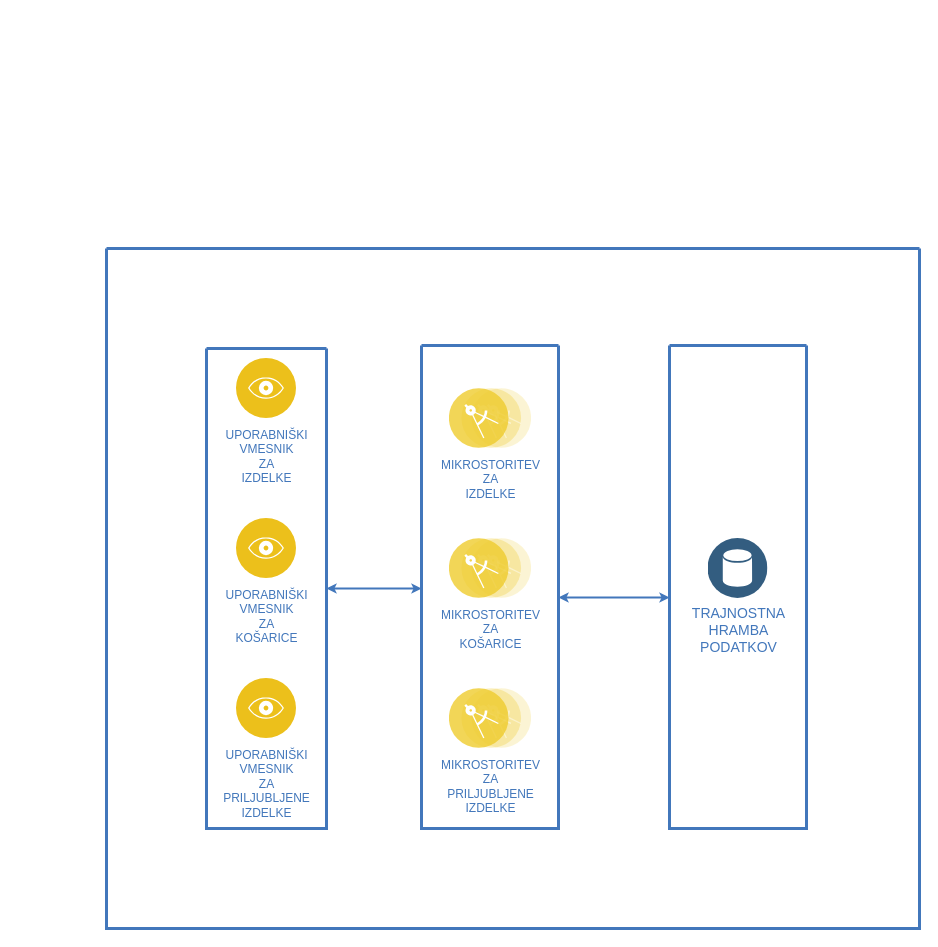
Above: diagrami/Shema Arhitekture - RSO.drawio in rso-2022-2023-skupina-9/pregled-projekta (draw.io), before the change. Source tidied: cells renumbered, new cells numbered last; positions are measured from the earlier drawing's top-left corner, leaving out a move shared by most shapes. Both pictures are drawn from the tidied source at 100%, with x=0, y=0 at pixel (106, 248).
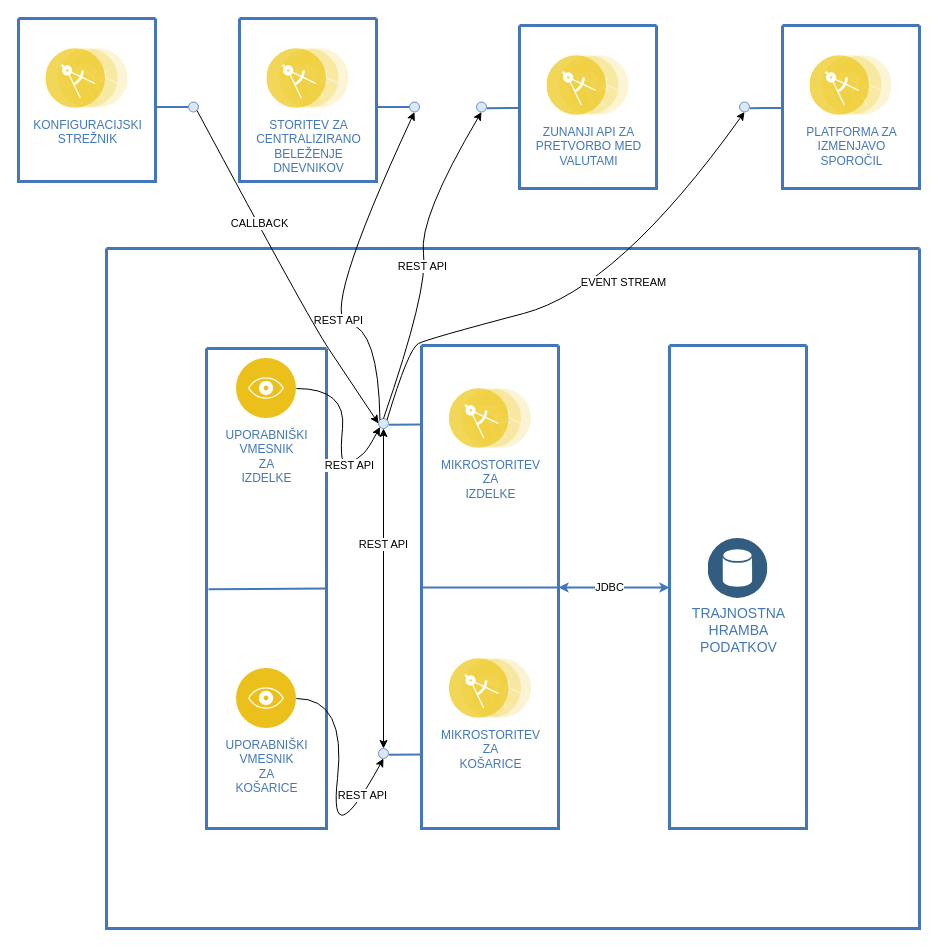
After the change.

The change refers to these unchanged cells:
```xml
<mxCell id="2" style="swimlane;shadow=0;strokeColor=#4277BB;fillColor=#ffffff;fontColor=#4277BB;align=right;startSize=0;strokeWidth=3;" parent="1" vertex="1">
  <mxGeometry width="813" height="680" as="geometry" />
</mxCell>
<mxCell id="5" style="swimlane;shadow=0;strokeColor=#4277BB;fillColor=#ffffff;fontColor=#4277BB;align=right;startSize=0;strokeWidth=3;" parent="2" vertex="1">
  <mxGeometry x="100" y="100" width="120" height="480" as="geometry" />
</mxCell>
<mxCell id="9" style="swimlane;shadow=0;strokeColor=#4277BB;fillColor=#ffffff;fontColor=#4277BB;align=right;startSize=0;strokeWidth=3;" parent="2" vertex="1">
  <mxGeometry x="315" y="97" width="137" height="483" as="geometry" />
</mxCell>
<mxCell id="13" style="swimlane;shadow=0;strokeColor=#4277BB;fillColor=#ffffff;fontColor=#4277BB;align=right;startSize=0;strokeWidth=3;" parent="2" vertex="1">
  <mxGeometry x="563" y="97" width="137" height="483" as="geometry" />
</mxCell>
```

Change to the diagram source:
```diff
@@
-    <mxCell id="3" style="edgeStyle=elbowEdgeStyle;rounded=0;elbow=vertical;html=1;labelBackgroundColor=#ffffff;startArrow=classic;startFill=1;startSize=4;endArrow=classic;endFill=1;endSize=4;jettySize=auto;strokeColor=#4277BB;strokeWidth=2;fontSize=14;fontColor=#4277BB;" parent="2" edge="1" source="5" target="9">
-      <mxGeometry relative="1" as="geometry" />
-    </mxCell>
-    <mxCell id="4" style="edgeStyle=elbowEdgeStyle;rounded=0;elbow=vertical;html=1;entryX=0;entryY=0.522;entryPerimeter=0;labelBackgroundColor=#ffffff;startArrow=classic;startFill=1;startSize=4;endArrow=classic;endFill=1;endSize=4;jettySize=auto;strokeColor=#4277BB;strokeWidth=2;fontSize=14;fontColor=#4277BB;" parent="2" edge="1" source="9" target="13">
-      <mxGeometry relative="1" as="geometry" />
-    </mxCell>
@@
     <mxCell id="7" value="UPORABNIŠKI&lt;br&gt;VMESNIK&lt;br&gt;ZA&lt;br&gt;KOŠARICE" style="perimeter=ellipsePerimeter;html=1;align=center;shadow=0;dashed=0;fontColor=#4277BB;labelBackgroundColor=#ffffff;fontSize=12;spacingTop=3;image;image=img/lib/ibm/applications/visualization.svg;" parent="5" vertex="1">
-      <mxGeometry x="30" y="170" width="60" height="60" as="geometry" />
+      <mxGeometry x="30" y="320" width="60" height="60" as="geometry" />
     </mxCell>
-    <mxCell id="8" value="UPORABNIŠKI&lt;br&gt;VMESNIK&lt;br&gt;ZA&lt;br&gt;PRILJUBLJENE&lt;br&gt;IZDELKE" style="perimeter=ellipsePerimeter;html=1;align=center;shadow=0;dashed=0;fontColor=#4277BB;labelBackgroundColor=#ffffff;fontSize=12;spacingTop=3;image;image=img/lib/ibm/applications/visualization.svg;" parent="5" vertex="1">
-      <mxGeometry x="30" y="330" width="60" height="60" as="geometry" />
-    </mxCell>
+    <mxCell id="15" style="edgeStyle=elbowEdgeStyle;rounded=0;elbow=vertical;html=1;labelBackgroundColor=#ffffff;startArrow=none;startFill=0;startSize=4;endArrow=none;endFill=0;endSize=4;jettySize=auto;strokeColor=#4277BB;strokeWidth=2;fontSize=14;fontColor=#4277BB;entryX=1;entryY=0.5;entryDx=0;entryDy=0;" parent="5" edge="1" target="5">
+      <mxGeometry relative="1" as="geometry">
+        <mxPoint x="2" y="240.8" as="sourcePoint" />
+      </mxGeometry>
+    </mxCell>
+    <mxCell id="16" style="curved=1;endArrow=classic;html=1;rounded=0;entryX=0;entryY=1;entryDx=0;entryDy=0;" parent="5" edge="1" target="25">
+      <mxGeometry relative="1" as="geometry">
+        <mxPoint x="90" y="40" as="sourcePoint" />
+        <Array as="points">
+          <mxPoint x="140" y="40" />
+          <mxPoint x="132" y="120" />
+          <mxPoint x="152" y="110" />
+          <mxPoint x="162" y="100" />
+        </Array>
+      </mxGeometry>
+    </mxCell>
+    <mxCell id="17" value="REST API" style="edgeLabel;html=1;align=center;verticalAlign=middle;" parent="16" vertex="1">
+      <mxGeometry x="0.19" relative="1" as="geometry">
+        <mxPoint x="9" y="13" as="offset" />
+      </mxGeometry>
+    </mxCell>
+    <mxCell id="18" style="curved=1;endArrow=classic;html=1;rounded=0;entryX=0.5;entryY=1;entryDx=0;entryDy=0;" parent="5" edge="1" target="23">
+      <mxGeometry relative="1" as="geometry">
+        <mxPoint x="90" y="350" as="sourcePoint" />
+        <Array as="points">
+          <mxPoint x="140" y="350" />
+          <mxPoint x="122" y="510" />
+        </Array>
+      </mxGeometry>
+    </mxCell>
+    <mxCell id="19" value="REST API" style="edgeLabel;html=1;align=center;verticalAlign=middle;" parent="18" vertex="1">
+      <mxGeometry x="0.74" y="1" relative="1" as="geometry" />
+    </mxCell>
@@
     <mxCell id="11" value="MIKROSTORITEV&lt;br&gt;ZA&lt;br&gt;KOŠARICE" style="perimeter=ellipsePerimeter;html=1;align=center;shadow=0;dashed=0;fontColor=#4277BB;labelBackgroundColor=#ffffff;fontSize=12;spacingTop=3;image;image=img/lib/ibm/applications/microservice.svg;" parent="9" vertex="1">
-      <mxGeometry x="27.9" y="193" width="82.2" height="60" as="geometry" />
+      <mxGeometry x="27.9" y="313" width="82.2" height="60" as="geometry" />
     </mxCell>
-    <mxCell id="12" value="MIKROSTORITEV&lt;br&gt;ZA&lt;br&gt;PRILJUBLJENE&lt;br&gt;IZDELKE" style="perimeter=ellipsePerimeter;html=1;align=center;shadow=0;dashed=0;fontColor=#4277BB;labelBackgroundColor=#ffffff;fontSize=12;spacingTop=3;image;image=img/lib/ibm/applications/microservice.svg;" parent="9" vertex="1">
-      <mxGeometry x="27.9" y="343" width="82.2" height="60" as="geometry" />
-    </mxCell>
+    <mxCell id="20" style="edgeStyle=elbowEdgeStyle;rounded=0;elbow=vertical;html=1;labelBackgroundColor=#ffffff;startArrow=none;startFill=0;startSize=4;endArrow=none;endFill=0;endSize=4;jettySize=auto;strokeColor=#4277BB;strokeWidth=2;fontSize=14;fontColor=#4277BB;entryX=1;entryY=0.5;entryDx=0;entryDy=0;" parent="9" edge="1" target="9">
+      <mxGeometry relative="1" as="geometry">
+        <mxPoint y="243" as="sourcePoint" />
+      </mxGeometry>
+    </mxCell>
@@
+    <mxCell id="4" style="edgeStyle=elbowEdgeStyle;rounded=0;elbow=vertical;html=1;entryX=0;entryY=0.5;labelBackgroundColor=#ffffff;startArrow=classic;startFill=1;startSize=4;endArrow=classic;endFill=1;endSize=4;jettySize=auto;strokeColor=#4277BB;strokeWidth=2;fontSize=14;fontColor=#4277BB;entryDx=0;entryDy=0;" parent="2" edge="1" source="9" target="13">
+      <mxGeometry x="-0.1" y="49" relative="1" as="geometry" />
+    </mxCell>
+    <mxCell id="21" value="JDBC" style="edgeLabel;html=1;align=center;verticalAlign=middle;" parent="4" vertex="1">
+      <mxGeometry x="-0.1" y="1" relative="1" as="geometry" />
+    </mxCell>
+    <mxCell id="22" style="edgeStyle=elbowEdgeStyle;rounded=0;elbow=vertical;html=1;labelBackgroundColor=#ffffff;startArrow=none;startFill=0;startSize=4;endArrow=none;endFill=0;endSize=4;jettySize=auto;strokeColor=#4277BB;strokeWidth=2;fontSize=14;fontColor=#4277BB;exitX=1.049;exitY=0.617;exitDx=0;exitDy=0;exitPerimeter=0;" parent="2" edge="1" source="23">
+      <mxGeometry relative="1" as="geometry">
+        <mxPoint x="315" y="506" as="targetPoint" />
+        <Array as="points">
+          <mxPoint x="302" y="506" />
+        </Array>
+      </mxGeometry>
+    </mxCell>
+    <mxCell id="23" style="ellipse;whiteSpace=wrap;html=1;fillColor=#dae8fc;strokeColor=#6c8ebf;" parent="2" vertex="1">
+      <mxGeometry x="272" y="500" width="10" height="10" as="geometry" />
+    </mxCell>
+    <mxCell id="24" style="edgeStyle=elbowEdgeStyle;rounded=0;elbow=vertical;html=1;labelBackgroundColor=#ffffff;startArrow=none;startFill=0;startSize=4;endArrow=none;endFill=0;endSize=4;jettySize=auto;strokeColor=#4277BB;strokeWidth=2;fontSize=14;fontColor=#4277BB;exitX=1.049;exitY=0.617;exitDx=0;exitDy=0;exitPerimeter=0;" parent="2" edge="1" source="25">
+      <mxGeometry x="-0.41" y="356" relative="1" as="geometry">
+        <mxPoint x="315" y="176" as="targetPoint" />
+        <Array as="points">
+          <mxPoint x="302" y="176" />
+        </Array>
+      </mxGeometry>
+    </mxCell>
+    <mxCell id="25" style="ellipse;whiteSpace=wrap;html=1;fillColor=#dae8fc;strokeColor=#6c8ebf;" parent="2" vertex="1">
+      <mxGeometry x="272" y="170" width="10" height="10" as="geometry" />
+    </mxCell>
+    <mxCell id="26" style="endArrow=classic;startArrow=classic;html=1;rounded=0;exitX=0.5;exitY=0;exitDx=0;exitDy=0;" parent="2" edge="1" source="23">
+      <mxGeometry relative="1" as="geometry">
+        <mxPoint x="277" y="180" as="targetPoint" />
+      </mxGeometry>
+    </mxCell>
+    <mxCell id="27" value="REST API" style="edgeLabel;html=1;align=center;verticalAlign=middle;" parent="26" vertex="1">
+      <mxGeometry x="0.28" y="1" relative="1" as="geometry" />
+    </mxCell>
+    <mxCell id="28" style="swimlane;shadow=0;strokeColor=#4277BB;fillColor=#ffffff;fontColor=#4277BB;align=right;startSize=0;strokeWidth=3;" parent="1" vertex="1">
+      <mxGeometry x="413" y="-223" width="137" height="163" as="geometry" />
+    </mxCell>
+    <mxCell id="29" value="ZUNANJI API ZA&lt;br&gt;PRETVORBO MED&lt;br&gt;VALUTAMI" style="perimeter=ellipsePerimeter;html=1;align=center;shadow=0;dashed=0;fontColor=#4277BB;labelBackgroundColor=#ffffff;fontSize=12;spacingTop=3;image;image=img/lib/ibm/applications/microservice.svg;" parent="28" vertex="1">
+      <mxGeometry x="27.4" y="30" width="82.2" height="60" as="geometry" />
+    </mxCell>
+    <mxCell id="30" style="edgeStyle=elbowEdgeStyle;rounded=0;elbow=vertical;html=1;labelBackgroundColor=#ffffff;startArrow=none;startFill=0;startSize=4;endArrow=none;endFill=0;endSize=4;jettySize=auto;strokeColor=#4277BB;strokeWidth=2;fontSize=14;fontColor=#4277BB;exitX=1.049;exitY=0.617;exitDx=0;exitDy=0;exitPerimeter=0;" parent="1" edge="1" source="31">
+      <mxGeometry x="-0.41" y="356" relative="1" as="geometry">
+        <mxPoint x="413" y="-140.5" as="targetPoint" />
+        <Array as="points">
+          <mxPoint x="400" y="-140.5" />
+        </Array>
+      </mxGeometry>
+    </mxCell>
+    <mxCell id="31" style="ellipse;whiteSpace=wrap;html=1;fillColor=#dae8fc;strokeColor=#6c8ebf;" parent="1" vertex="1">
+      <mxGeometry x="370" y="-146.5" width="10" height="10" as="geometry" />
+    </mxCell>
+    <mxCell id="32" style="curved=1;endArrow=classic;html=1;rounded=0;exitX=0.5;exitY=0;exitDx=0;exitDy=0;entryX=0.5;entryY=1;entryDx=0;entryDy=0;" parent="1" edge="1" source="25" target="31">
+      <mxGeometry relative="1" as="geometry">
+        <Array as="points">
+          <mxPoint x="322" y="40" />
+          <mxPoint x="312" y="-30" />
+        </Array>
+      </mxGeometry>
+    </mxCell>
+    <mxCell id="33" value="REST API" style="edgeLabel;html=1;align=center;verticalAlign=middle;" parent="32" vertex="1">
+      <mxGeometry x="-0.03" y="3" relative="1" as="geometry" />
+    </mxCell>
+    <mxCell id="34" style="swimlane;shadow=0;strokeColor=#4277BB;fillColor=#ffffff;fontColor=#4277BB;align=right;startSize=0;strokeWidth=3;" parent="1" vertex="1">
+      <mxGeometry x="133" y="-230" width="137" height="163" as="geometry" />
+    </mxCell>
+    <mxCell id="35" value="STORITEV ZA&lt;br&gt;CENTRALIZIRANO&lt;br&gt;BELEŽENJE&lt;br&gt;DNEVNIKOV" style="perimeter=ellipsePerimeter;html=1;align=center;shadow=0;dashed=0;fontColor=#4277BB;labelBackgroundColor=#ffffff;fontSize=12;spacingTop=3;image;image=img/lib/ibm/applications/microservice.svg;" parent="34" vertex="1">
+      <mxGeometry x="27.4" y="30" width="82.2" height="60" as="geometry" />
+    </mxCell>
+    <mxCell id="36" style="ellipse;whiteSpace=wrap;html=1;fillColor=#dae8fc;strokeColor=#6c8ebf;" parent="1" vertex="1">
+      <mxGeometry x="303" y="-146.5" width="10" height="10" as="geometry" />
+    </mxCell>
+    <mxCell id="37" style="edgeStyle=elbowEdgeStyle;rounded=0;elbow=vertical;html=1;labelBackgroundColor=#ffffff;startArrow=none;startFill=0;startSize=4;endArrow=none;endFill=0;endSize=4;jettySize=auto;orthogonalLoop=1;strokeColor=#4277BB;strokeWidth=2;fontSize=14;fontColor=#4277BB;exitX=1.049;exitY=0.617;exitDx=0;exitDy=0;exitPerimeter=0;" parent="1" edge="1">
+      <mxGeometry x="-0.41" y="356" relative="1" as="geometry">
+        <mxPoint x="270" y="-141.4" as="sourcePoint" />
+        <mxPoint x="302.5" y="-141.6" as="targetPoint" />
+        <Array as="points">
+          <mxPoint x="289.5" y="-141.6" />
+        </Array>
+      </mxGeometry>
+    </mxCell>
+    <mxCell id="38" style="curved=1;endArrow=classic;html=1;rounded=0;entryX=0.5;entryY=1;entryDx=0;entryDy=0;exitX=0;exitY=0;exitDx=0;exitDy=0;" parent="1" edge="1" source="25" target="36">
+      <mxGeometry relative="1" as="geometry">
+        <Array as="points">
+          <mxPoint x="272" y="80" />
+          <mxPoint x="212" y="70" />
+        </Array>
+      </mxGeometry>
+    </mxCell>
+    <mxCell id="39" value="REST API" style="edgeLabel;html=1;align=center;verticalAlign=middle;" parent="38" vertex="1">
+      <mxGeometry x="-0.3" y="-2" relative="1" as="geometry" />
+    </mxCell>
+    <mxCell id="40" style="swimlane;shadow=0;strokeColor=#4277BB;fillColor=#ffffff;fontColor=#4277BB;align=right;startSize=0;strokeWidth=3;" parent="1" vertex="1">
+      <mxGeometry x="676" y="-223" width="137" height="163" as="geometry" />
+    </mxCell>
+    <mxCell id="41" value="PLATFORMA ZA&lt;br&gt;IZMENJAVO&lt;br&gt;SPOROČIL" style="perimeter=ellipsePerimeter;html=1;align=center;shadow=0;dashed=0;fontColor=#4277BB;labelBackgroundColor=#ffffff;fontSize=12;spacingTop=3;image;image=img/lib/ibm/applications/microservice.svg;" parent="40" vertex="1">
+      <mxGeometry x="27.4" y="30" width="82.2" height="60" as="geometry" />
+    </mxCell>
+    <mxCell id="42" style="edgeStyle=elbowEdgeStyle;rounded=0;elbow=vertical;html=1;labelBackgroundColor=#ffffff;startArrow=none;startFill=0;startSize=4;endArrow=none;endFill=0;endSize=4;jettySize=auto;strokeColor=#4277BB;strokeWidth=2;fontSize=14;fontColor=#4277BB;exitX=1.049;exitY=0.617;exitDx=0;exitDy=0;exitPerimeter=0;" parent="1" edge="1" source="43">
+      <mxGeometry x="-0.41" y="356" relative="1" as="geometry">
+        <mxPoint x="676" y="-140.5" as="targetPoint" />
+        <Array as="points">
+          <mxPoint x="663" y="-140.5" />
+        </Array>
+      </mxGeometry>
+    </mxCell>
+    <mxCell id="43" style="ellipse;whiteSpace=wrap;html=1;fillColor=#dae8fc;strokeColor=#6c8ebf;" parent="1" vertex="1">
+      <mxGeometry x="633" y="-146.5" width="10" height="10" as="geometry" />
+    </mxCell>
+    <mxCell id="44" style="curved=1;endArrow=classic;html=1;rounded=0;exitX=1;exitY=0;exitDx=0;exitDy=0;entryX=0.5;entryY=1;entryDx=0;entryDy=0;" parent="1" edge="1" source="25" target="43">
+      <mxGeometry relative="1" as="geometry">
+        <Array as="points">
+          <mxPoint x="302" y="100" />
+          <mxPoint x="322" y="90" />
+          <mxPoint x="512" y="40" />
+        </Array>
+      </mxGeometry>
+    </mxCell>
+    <mxCell id="45" value="EVENT STREAM" style="edgeLabel;html=1;align=center;verticalAlign=middle;" parent="44" vertex="1">
+      <mxGeometry x="0.18" relative="1" as="geometry" />
+    </mxCell>
+    <mxCell id="46" style="swimlane;shadow=0;strokeColor=#4277BB;fillColor=#ffffff;fontColor=#4277BB;align=right;startSize=0;strokeWidth=3;" parent="1" vertex="1">
+      <mxGeometry x="-88" y="-230" width="137" height="163" as="geometry" />
+    </mxCell>
+    <mxCell id="47" value="KONFIGURACIJSKI&lt;br&gt;STREŽNIK" style="perimeter=ellipsePerimeter;html=1;align=center;shadow=0;dashed=0;fontColor=#4277BB;labelBackgroundColor=#ffffff;fontSize=12;spacingTop=3;image;image=img/lib/ibm/applications/microservice.svg;" parent="46" vertex="1">
+      <mxGeometry x="27.4" y="30" width="82.2" height="60" as="geometry" />
+    </mxCell>
+    <mxCell id="48" style="ellipse;whiteSpace=wrap;html=1;fillColor=#dae8fc;strokeColor=#6c8ebf;" parent="1" vertex="1">
+      <mxGeometry x="82" y="-146.5" width="10" height="10" as="geometry" />
+    </mxCell>
+    <mxCell id="49" style="edgeStyle=elbowEdgeStyle;rounded=0;elbow=vertical;html=1;labelBackgroundColor=#ffffff;startArrow=none;startFill=0;startSize=4;endArrow=none;endFill=0;endSize=4;jettySize=auto;orthogonalLoop=1;strokeColor=#4277BB;strokeWidth=2;fontSize=14;fontColor=#4277BB;exitX=1.049;exitY=0.617;exitDx=0;exitDy=0;exitPerimeter=0;" parent="1" edge="1">
+      <mxGeometry x="-0.41" y="356" relative="1" as="geometry">
+        <mxPoint x="49" y="-141.4" as="sourcePoint" />
+        <mxPoint x="81.5" y="-141.6" as="targetPoint" />
+        <Array as="points">
+          <mxPoint x="68.5" y="-141.6" />
+        </Array>
+      </mxGeometry>
+    </mxCell>
+    <mxCell id="50" style="curved=1;endArrow=none;html=1;rounded=0;entryX=1;entryY=1;entryDx=0;entryDy=0;exitX=0;exitY=0.5;exitDx=0;exitDy=0;startArrow=classic;startFill=1;endFill=0;" parent="1" edge="1" source="25" target="48">
+      <mxGeometry relative="1" as="geometry">
+        <Array as="points">
+          <mxPoint x="242" y="130" />
+          <mxPoint x="202" y="70" />
+        </Array>
+      </mxGeometry>
+    </mxCell>
+    <mxCell id="51" value="CALLBACK" style="edgeLabel;html=1;align=center;verticalAlign=middle;" parent="50" vertex="1">
+      <mxGeometry x="0.29" y="-2" relative="1" as="geometry" />
+    </mxCell>
```
